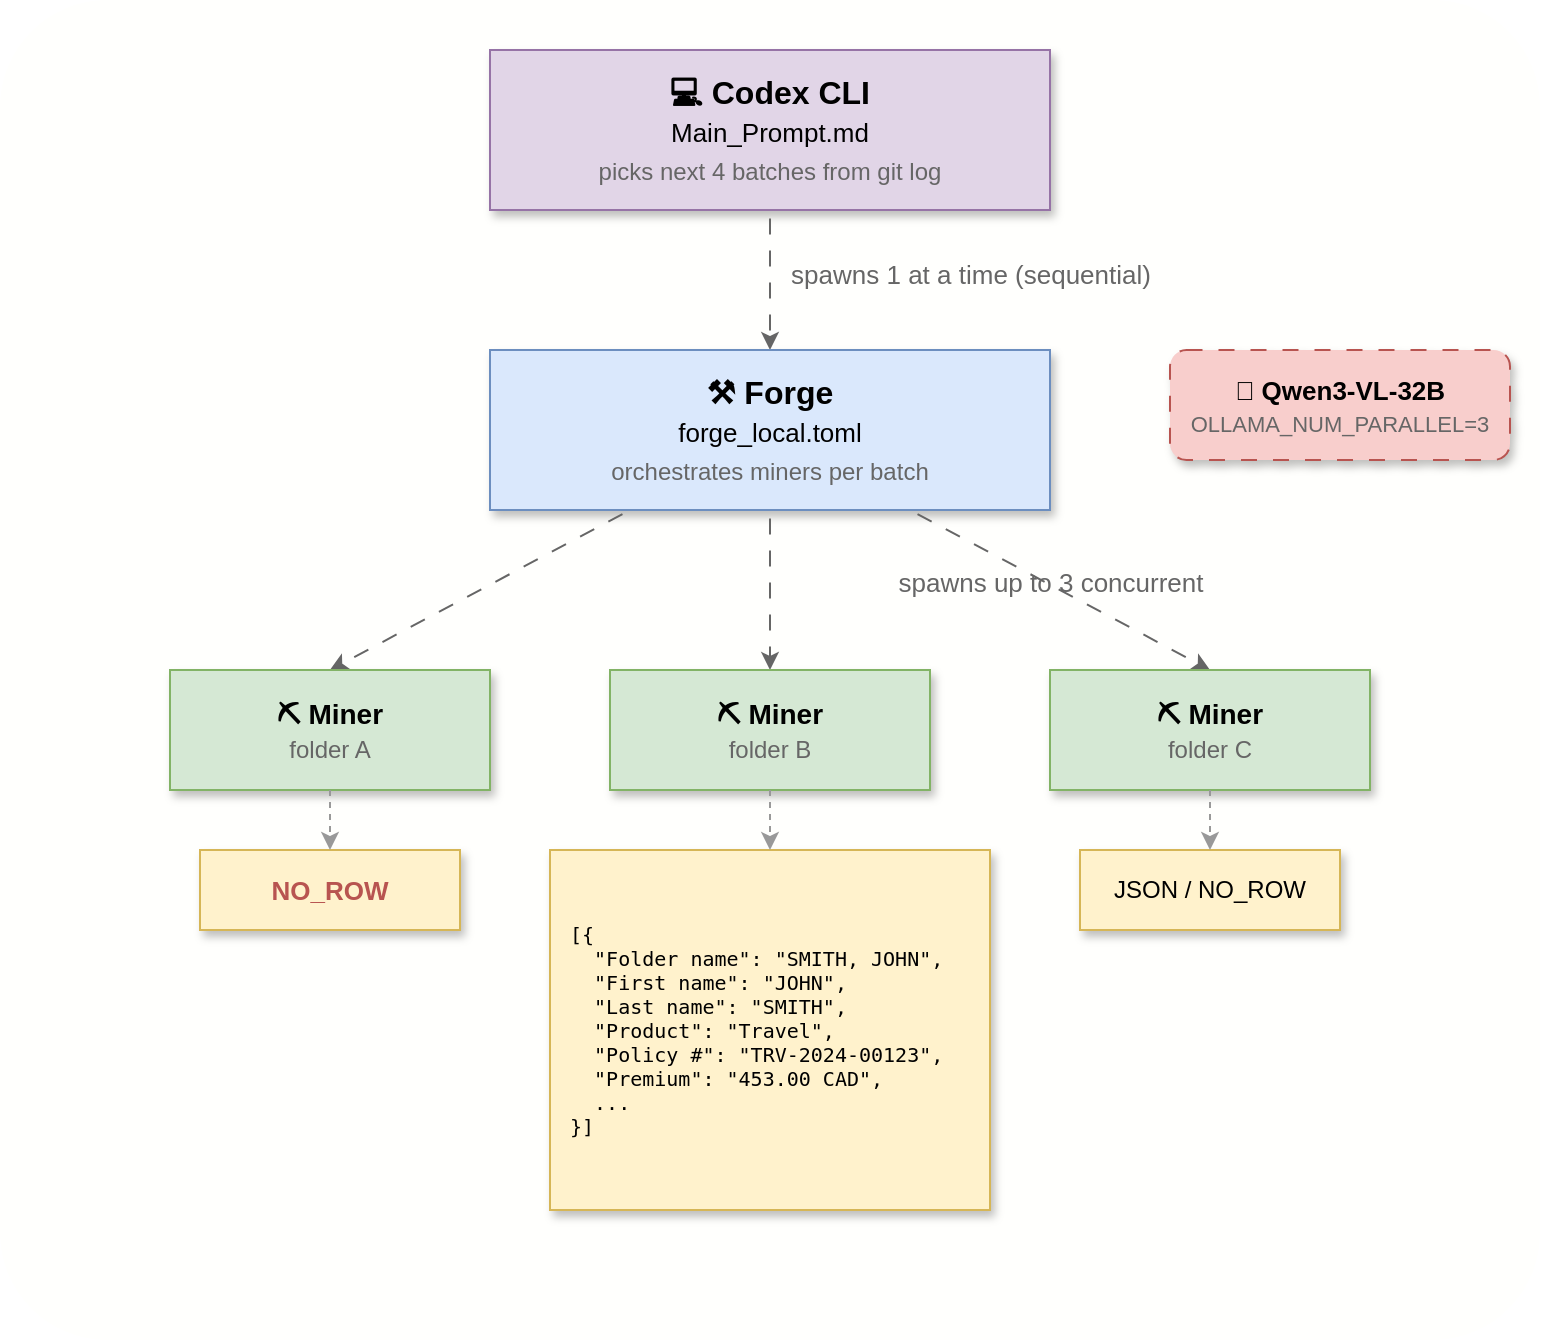
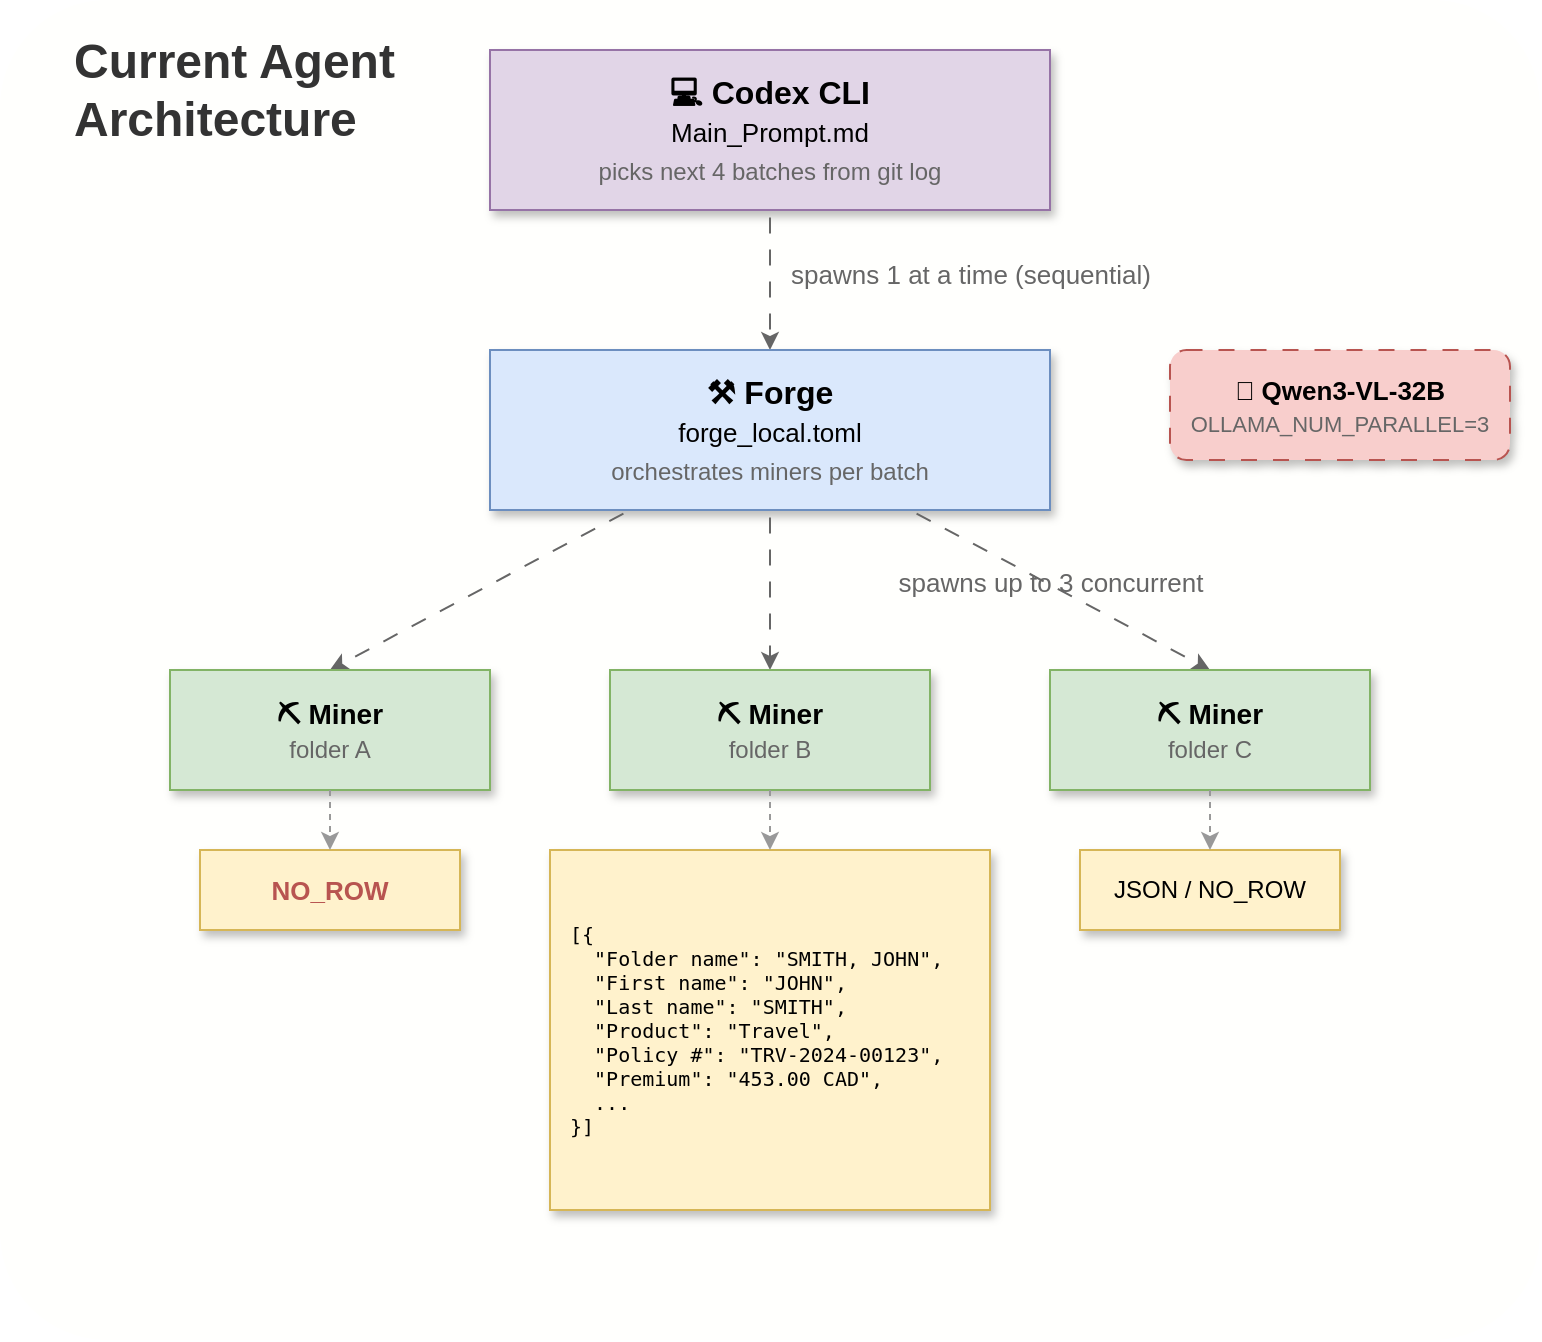
<mxfile host="65bd71144e">
    <diagram name="Agent Architecture" id="agent_arch">
-         <mxGraphModel dx="620" dy="680" grid="1" gridSize="10" guides="1" tooltips="1" connect="1" arrows="1" fold="1" page="1" pageScale="1" pageWidth="800" pageHeight="700" math="0" shadow="0">
+         <mxGraphModel dx="589" dy="1176" grid="1" gridSize="10" guides="1" tooltips="1" connect="1" arrows="1" fold="1" page="1" pageScale="1" pageWidth="800" pageHeight="700" math="0" shadow="0">
            <root>
                <mxCell id="0"/>
                <mxCell id="1" parent="0"/>
                <mxCell id="bg" value="" style="rounded=1;whiteSpace=wrap;html=1;fillColor=#FFFFFD;strokeColor=none;arcSize=8;" parent="1" vertex="1">
                    <mxGeometry x="15" y="15" width="770" height="670" as="geometry"/>
                </mxCell>
-                 <mxCell id="codex" value="&lt;b style=&quot;font-size:16px&quot;&gt;&#128187; Codex CLI&lt;/b&gt;&lt;br&gt;&lt;font style=&quot;font-size:13px&quot;&gt;Main_Prompt.md&lt;/font&gt;&lt;br&gt;&lt;font style=&quot;font-size:12px;color:#666&quot;&gt;picks next 4 batches from git log&lt;/font&gt;" style="rounded=0;whiteSpace=wrap;html=1;fillColor=#e1d5e7;strokeColor=#9673a6;shadow=1;fontSize=16;" parent="1" vertex="1">
+                 <mxCell id="title" value="&lt;b style=&quot;font-size: 24px; color: rgb(51, 51, 51);&quot;&gt;Current Agent &lt;br&gt;Architecture&lt;/b&gt;" style="text;html=1;align=left;verticalAlign=middle;fontSize=24;fontColor=#333;" parent="1" vertex="1">
+                     <mxGeometry x="50" y="40" width="200" height="40" as="geometry"/>
+                 </mxCell>
+                 <mxCell id="codex" value="&lt;b style=&quot;font-size:16px&quot;&gt;💻 Codex CLI&lt;/b&gt;&lt;br&gt;&lt;font style=&quot;font-size:13px&quot;&gt;Main_Prompt.md&lt;/font&gt;&lt;br&gt;&lt;font style=&quot;font-size:12px;color:#666&quot;&gt;picks next 4 batches from git log&lt;/font&gt;" style="rounded=0;whiteSpace=wrap;html=1;fillColor=#e1d5e7;strokeColor=#9673a6;shadow=1;fontSize=16;" parent="1" vertex="1">
                    <mxGeometry x="260" y="40" width="280" height="80" as="geometry"/>
                </mxCell>
                <mxCell id="e1" value="" style="endArrow=classic;html=1;strokeColor=#666666;exitX=0.5;exitY=1;exitDx=0;exitDy=0;entryX=0.5;entryY=0;entryDx=0;entryDy=0;flowAnimation=1;" parent="1" source="codex" target="forge" edge="1">
                    <mxGeometry relative="1" as="geometry"/>
                </mxCell>
                <mxCell id="e1a" value="spawns 1 at a time (sequential)" style="edgeLabel;html=1;align=center;verticalAlign=middle;fontColor=#666;fontSize=13;labelBackgroundColor=none;" parent="e1" vertex="1" connectable="0">
                    <mxGeometry x="-0.1" relative="1" as="geometry">
                        <mxPoint x="100" as="offset"/>
                    </mxGeometry>
                </mxCell>
-                 <mxCell id="forge" value="&lt;b style=&quot;font-size:16px&quot;&gt;&#9874;&#65039; Forge&lt;/b&gt;&lt;br&gt;&lt;font style=&quot;font-size:13px&quot;&gt;forge_local.toml&lt;/font&gt;&lt;br&gt;&lt;font style=&quot;font-size:12px;color:#666&quot;&gt;orchestrates miners per batch&lt;/font&gt;" style="rounded=0;whiteSpace=wrap;html=1;fillColor=#dae8fc;strokeColor=#6c8ebf;shadow=1;fontSize=16;" parent="1" vertex="1">
+                 <mxCell id="forge" value="&lt;b style=&quot;font-size:16px&quot;&gt;⚒️ Forge&lt;/b&gt;&lt;br&gt;&lt;font style=&quot;font-size:13px&quot;&gt;forge_local.toml&lt;/font&gt;&lt;br&gt;&lt;font style=&quot;font-size:12px;color:#666&quot;&gt;orchestrates miners per batch&lt;/font&gt;" style="rounded=0;whiteSpace=wrap;html=1;fillColor=#dae8fc;strokeColor=#6c8ebf;shadow=1;fontSize=16;" parent="1" vertex="1">
                    <mxGeometry x="260" y="190" width="280" height="80" as="geometry"/>
                </mxCell>
                <mxCell id="e2a" value="" style="endArrow=classic;html=1;strokeColor=#666666;exitX=0.25;exitY=1;exitDx=0;exitDy=0;entryX=0.5;entryY=0;entryDx=0;entryDy=0;flowAnimation=1;" parent="1" source="forge" target="m1" edge="1">
                    <mxGeometry relative="1" as="geometry"/>
                </mxCell>
                <mxCell id="e2b" value="" style="endArrow=classic;html=1;strokeColor=#666666;exitX=0.5;exitY=1;exitDx=0;exitDy=0;entryX=0.5;entryY=0;entryDx=0;entryDy=0;flowAnimation=1;" parent="1" source="forge" target="m2" edge="1">
                    <mxGeometry relative="1" as="geometry"/>
                </mxCell>
-                 <mxCell id="e2c" value="" style="endArrow=classic;html=1;strokeColor=#666666;exitX=0.75;exitY=1;exitDx=0;exitDy=0;entryX=0.5;entryY=0;entryDx=0;entryDy=0;flowAnimation=1;" parent="1" source="forge" target="m3" edge="1">
-                     <mxGeometry relative="1" as="geometry"/>
-                 </mxCell>
                <mxCell id="e2label" value="spawns up to 3 concurrent" style="edgeLabel;html=1;align=center;verticalAlign=middle;fontColor=#666;fontSize=13;labelBackgroundColor=none;" parent="e2b" vertex="1" connectable="0">
                    <mxGeometry x="-0.1" relative="1" as="geometry">
                        <mxPoint x="140" as="offset"/>
                    </mxGeometry>
                </mxCell>
-                 <mxCell id="m1" value="&lt;b style=&quot;font-size:14px&quot;&gt;&#9935;&#65039; Miner&lt;/b&gt;&lt;br&gt;&lt;font style=&quot;font-size:12px;color:#666&quot;&gt;folder A&lt;/font&gt;" style="rounded=0;whiteSpace=wrap;html=1;fillColor=#d5e8d4;strokeColor=#82b366;shadow=1;fontSize=14;" parent="1" vertex="1">
+                 <mxCell id="e2c" value="" style="endArrow=classic;html=1;strokeColor=#666666;exitX=0.75;exitY=1;exitDx=0;exitDy=0;entryX=0.5;entryY=0;entryDx=0;entryDy=0;flowAnimation=1;" parent="1" source="forge" target="m3" edge="1">
+                     <mxGeometry relative="1" as="geometry"/>
+                 </mxCell>
+                 <mxCell id="m1" value="&lt;b style=&quot;font-size:14px&quot;&gt;⛏️ Miner&lt;/b&gt;&lt;br&gt;&lt;font style=&quot;font-size:12px;color:#666&quot;&gt;folder A&lt;/font&gt;" style="rounded=0;whiteSpace=wrap;html=1;fillColor=#d5e8d4;strokeColor=#82b366;shadow=1;fontSize=14;" parent="1" vertex="1">
                    <mxGeometry x="100" y="350" width="160" height="60" as="geometry"/>
                </mxCell>
-                 <mxCell id="m2" value="&lt;b style=&quot;font-size:14px&quot;&gt;&#9935;&#65039; Miner&lt;/b&gt;&lt;br&gt;&lt;font style=&quot;font-size:12px;color:#666&quot;&gt;folder B&lt;/font&gt;" style="rounded=0;whiteSpace=wrap;html=1;fillColor=#d5e8d4;strokeColor=#82b366;shadow=1;fontSize=14;" parent="1" vertex="1">
+                 <mxCell id="m2" value="&lt;b style=&quot;font-size:14px&quot;&gt;⛏️ Miner&lt;/b&gt;&lt;br&gt;&lt;font style=&quot;font-size:12px;color:#666&quot;&gt;folder B&lt;/font&gt;" style="rounded=0;whiteSpace=wrap;html=1;fillColor=#d5e8d4;strokeColor=#82b366;shadow=1;fontSize=14;" parent="1" vertex="1">
                    <mxGeometry x="320" y="350" width="160" height="60" as="geometry"/>
                </mxCell>
-                 <mxCell id="m3" value="&lt;b style=&quot;font-size:14px&quot;&gt;&#9935;&#65039; Miner&lt;/b&gt;&lt;br&gt;&lt;font style=&quot;font-size:12px;color:#666&quot;&gt;folder C&lt;/font&gt;" style="rounded=0;whiteSpace=wrap;html=1;fillColor=#d5e8d4;strokeColor=#82b366;shadow=1;fontSize=14;" parent="1" vertex="1">
+                 <mxCell id="m3" value="&lt;b style=&quot;font-size:14px&quot;&gt;⛏️ Miner&lt;/b&gt;&lt;br&gt;&lt;font style=&quot;font-size:12px;color:#666&quot;&gt;folder C&lt;/font&gt;" style="rounded=0;whiteSpace=wrap;html=1;fillColor=#d5e8d4;strokeColor=#82b366;shadow=1;fontSize=14;" parent="1" vertex="1">
                    <mxGeometry x="540" y="350" width="160" height="60" as="geometry"/>
                </mxCell>
                <mxCell id="out1" value="&lt;font style=&quot;font-size:13px;color:#b85450&quot;&gt;&lt;b&gt;NO_ROW&lt;/b&gt;&lt;/font&gt;" style="rounded=0;whiteSpace=wrap;html=1;fillColor=#fff2cc;strokeColor=#d6b656;shadow=1;fontSize=12;" parent="1" vertex="1">
                    <mxGeometry x="115" y="440" width="130" height="40" as="geometry"/>
                </mxCell>
                <mxCell id="out2" value="&lt;font style=&quot;font-size:10px;font-family:monospace&quot;&gt;[{&lt;br&gt;&amp;nbsp;&amp;nbsp;&quot;Folder name&quot;: &quot;SMITH, JOHN&quot;,&lt;br&gt;&amp;nbsp;&amp;nbsp;&quot;First name&quot;: &quot;JOHN&quot;,&lt;br&gt;&amp;nbsp;&amp;nbsp;&quot;Last name&quot;: &quot;SMITH&quot;,&lt;br&gt;&amp;nbsp;&amp;nbsp;&quot;Product&quot;: &quot;Travel&quot;,&lt;br&gt;&amp;nbsp;&amp;nbsp;&quot;Policy #&quot;: &quot;TRV-2024-00123&quot;,&lt;br&gt;&amp;nbsp;&amp;nbsp;&quot;Premium&quot;: &quot;453.00 CAD&quot;,&lt;br&gt;&amp;nbsp;&amp;nbsp;...&lt;br&gt;}]&lt;/font&gt;" style="rounded=0;whiteSpace=wrap;html=1;fillColor=#fff2cc;strokeColor=#d6b656;shadow=1;fontSize=10;align=left;spacingLeft=8;spacingTop=4;spacingBottom=4;" parent="1" vertex="1">
                    <mxGeometry x="290" y="440" width="220" height="180" as="geometry"/>
                </mxCell>
                <mxCell id="out3" value="&lt;font style=&quot;font-size:12px&quot;&gt;JSON / NO_ROW&lt;/font&gt;" style="rounded=0;whiteSpace=wrap;html=1;fillColor=#fff2cc;strokeColor=#d6b656;shadow=1;fontSize=12;" parent="1" vertex="1">
                    <mxGeometry x="555" y="440" width="130" height="40" as="geometry"/>
                </mxCell>
                <mxCell id="eo1" value="" style="endArrow=classic;html=1;strokeColor=#999;exitX=0.5;exitY=1;exitDx=0;exitDy=0;entryX=0.5;entryY=0;entryDx=0;entryDy=0;dashed=1;" parent="1" source="m1" target="out1" edge="1">
                    <mxGeometry relative="1" as="geometry"/>
                </mxCell>
                <mxCell id="eo2" value="" style="endArrow=classic;html=1;strokeColor=#999;exitX=0.5;exitY=1;exitDx=0;exitDy=0;entryX=0.5;entryY=0;entryDx=0;entryDy=0;dashed=1;" parent="1" source="m2" target="out2" edge="1">
                    <mxGeometry relative="1" as="geometry"/>
                </mxCell>
                <mxCell id="eo3" value="" style="endArrow=classic;html=1;strokeColor=#999;exitX=0.5;exitY=1;exitDx=0;exitDy=0;entryX=0.5;entryY=0;entryDx=0;entryDy=0;dashed=1;" parent="1" source="m3" target="out3" edge="1">
                    <mxGeometry relative="1" as="geometry"/>
                </mxCell>
-                 <mxCell id="model" value="&lt;b style=&quot;font-size:13px&quot;&gt;&#129504; Qwen3-VL-32B&lt;/b&gt;&lt;br&gt;&lt;font style=&quot;font-size:11px;color:#666&quot;&gt;OLLAMA_NUM_PARALLEL=3&lt;/font&gt;" style="rounded=1;whiteSpace=wrap;html=1;fillColor=#f8cecc;strokeColor=#b85450;shadow=1;fontSize=13;dashed=1;dashPattern=8 8;" parent="1" vertex="1">
+                 <mxCell id="model" value="&lt;b style=&quot;font-size:13px&quot;&gt;🧠 Qwen3-VL-32B&lt;/b&gt;&lt;br&gt;&lt;font style=&quot;font-size:11px;color:#666&quot;&gt;OLLAMA_NUM_PARALLEL=3&lt;/font&gt;" style="rounded=1;whiteSpace=wrap;html=1;fillColor=#f8cecc;strokeColor=#b85450;shadow=1;fontSize=13;dashed=1;dashPattern=8 8;" parent="1" vertex="1">
                    <mxGeometry x="600" y="190" width="170" height="55" as="geometry"/>
                </mxCell>
            </root>
        </mxGraphModel>
    </diagram>
- </mxfile>
+ </mxfile>